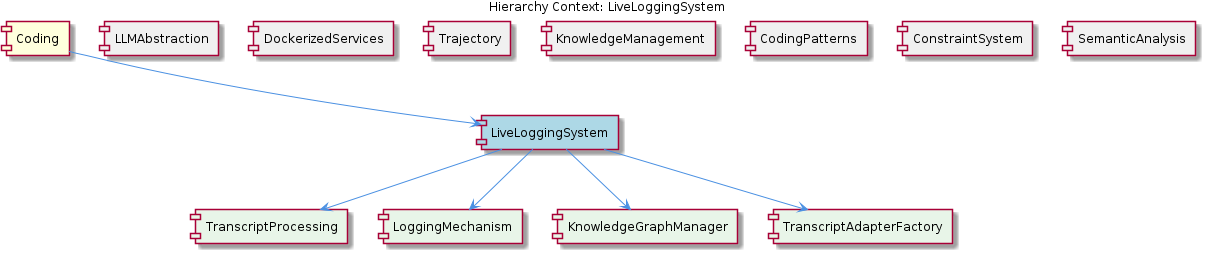
The PlantUML diagram .data/knowledge-graph/insights/images/live-logging-system-relationship.png in fwornle/coding, before a commit. Its source is kept beside it as .data/knowledge-graph/insights/puml/live-logging-system-relationship.puml. Its diagram source:
```plantuml
@startuml
!include _standard-style.puml

title Hierarchy Context: LiveLoggingSystem

[Coding] as coding #FFFFDD
[LiveLoggingSystem] as live_logging_system #LightBlue
[LLMAbstraction] as llmabstraction #F0F0F0
[DockerizedServices] as dockerized_services #F0F0F0
[Trajectory] as trajectory #F0F0F0
[KnowledgeManagement] as knowledge_management #F0F0F0
[CodingPatterns] as coding_patterns #F0F0F0
[ConstraintSystem] as constraint_system #F0F0F0
[SemanticAnalysis] as semantic_analysis #F0F0F0
[TranscriptProcessing] as transcript_processing #E8F5E8
[LoggingMechanism] as logging_mechanism #E8F5E8
[KnowledgeGraphManager] as knowledge_graph_manager #E8F5E8
[TranscriptAdapterFactory] as transcript_adapter_factory #E8F5E8

coding --> live_logging_system
llmabstraction -[hidden]- live_logging_system
dockerized_services -[hidden]- live_logging_system
trajectory -[hidden]- live_logging_system
knowledge_management -[hidden]- live_logging_system
coding_patterns -[hidden]- live_logging_system
constraint_system -[hidden]- live_logging_system
semantic_analysis -[hidden]- live_logging_system
live_logging_system --> transcript_processing
live_logging_system --> logging_mechanism
live_logging_system --> knowledge_graph_manager
live_logging_system --> transcript_adapter_factory

@enduml
```
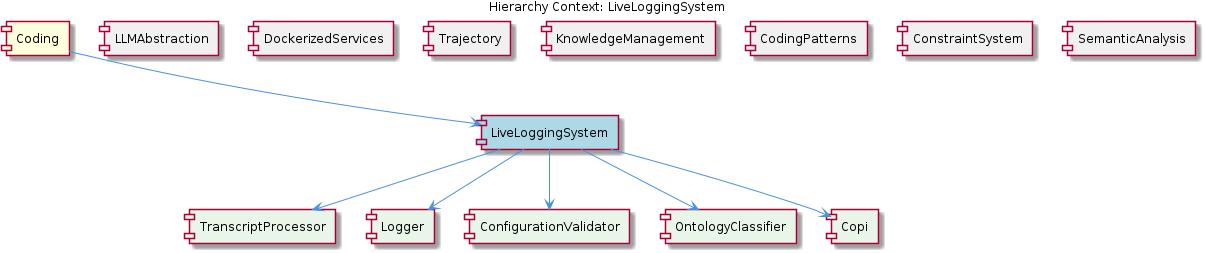
After the commit.

Diff of the diagram source:
```diff
@@ -12,10 +12,11 @@
 [CodingPatterns] as coding_patterns #F0F0F0
 [ConstraintSystem] as constraint_system #F0F0F0
 [SemanticAnalysis] as semantic_analysis #F0F0F0
-[TranscriptProcessing] as transcript_processing #E8F5E8
-[LoggingMechanism] as logging_mechanism #E8F5E8
-[KnowledgeGraphManager] as knowledge_graph_manager #E8F5E8
-[TranscriptAdapterFactory] as transcript_adapter_factory #E8F5E8
+[TranscriptProcessor] as transcript_processor #E8F5E8
+[Logger] as logger #E8F5E8
+[ConfigurationValidator] as configuration_validator #E8F5E8
+[OntologyClassifier] as ontology_classifier #E8F5E8
+[Copi] as copi #E8F5E8
 
 coding --> live_logging_system
 llmabstraction -[hidden]- live_logging_system
@@ -25,9 +26,10 @@
 coding_patterns -[hidden]- live_logging_system
 constraint_system -[hidden]- live_logging_system
 semantic_analysis -[hidden]- live_logging_system
-live_logging_system --> transcript_processing
-live_logging_system --> logging_mechanism
-live_logging_system --> knowledge_graph_manager
-live_logging_system --> transcript_adapter_factory
+live_logging_system --> transcript_processor
+live_logging_system --> logger
+live_logging_system --> configuration_validator
+live_logging_system --> ontology_classifier
+live_logging_system --> copi
 
 @enduml
```
